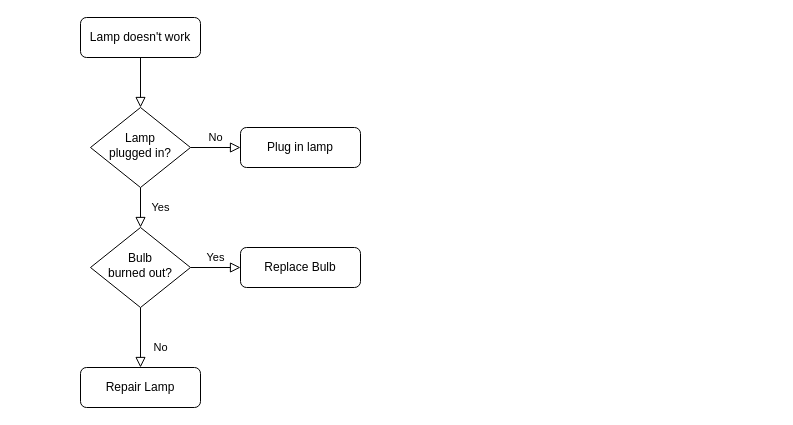
Earlier version of the draw.io diagram policydetail.drawio (rainerpiao/cloud-computing). Source tidied: cells renumbered, new cells numbered last; positions are measured from the earlier drawing's top-left corner, leaving out a move shared by most shapes. Both pictures are drawn from the tidied source at 100%, with x=0, y=0 at pixel (80, 17).
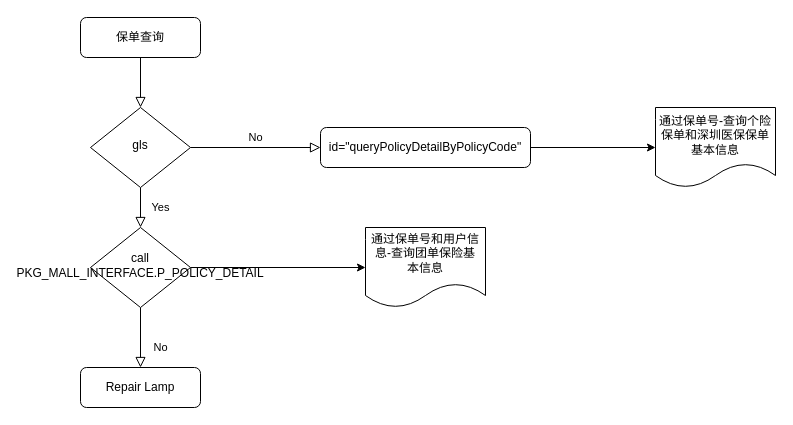
After the change.

Change to the diagram source:
```diff
@@
 <mxGraphModel>
   <root>
     <mxCell id="0" />
     <mxCell id="1" parent="0" />
     <mxCell id="2" style="rounded=0;html=1;jettySize=auto;fontSize=11;endArrow=block;endFill=0;endSize=8;strokeWidth=1;shadow=0;labelBackgroundColor=none;edgeStyle=orthogonalEdgeStyle;" parent="1" edge="1" source="3" target="6">
       <mxGeometry relative="1" as="geometry" />
     </mxCell>
-    <mxCell id="3" value="Lamp doesn't work" style="rounded=1;whiteSpace=wrap;html=1;fontSize=12;glass=0;strokeWidth=1;shadow=0;" parent="1" vertex="1">
+    <mxCell id="3" value="保单查询" style="rounded=1;whiteSpace=wrap;html=1;fontSize=12;glass=0;strokeWidth=1;shadow=0;" parent="1" vertex="1">
       <mxGeometry width="120" height="40" as="geometry" />
     </mxCell>
     <mxCell id="4" value="Yes" style="rounded=0;html=1;jettySize=auto;fontSize=11;endArrow=block;endFill=0;endSize=8;strokeWidth=1;shadow=0;labelBackgroundColor=none;edgeStyle=orthogonalEdgeStyle;" parent="1" edge="1" source="6" target="10">
       <mxGeometry y="20" relative="1" as="geometry" />
     </mxCell>
     <mxCell id="5" value="No" style="edgeStyle=orthogonalEdgeStyle;rounded=0;html=1;jettySize=auto;fontSize=11;endArrow=block;endFill=0;endSize=8;strokeWidth=1;shadow=0;labelBackgroundColor=none;" parent="1" edge="1" source="6" target="7">
       <mxGeometry y="10" relative="1" as="geometry" />
     </mxCell>
-    <mxCell id="6" value="Lamp&lt;br&gt;plugged in?" style="rhombus;whiteSpace=wrap;html=1;shadow=0;fontFamily=Helvetica;fontSize=12;align=center;strokeWidth=1;spacing=6;spacingTop=-4;" parent="1" vertex="1">
+    <mxCell id="6" value="gls" style="rhombus;whiteSpace=wrap;html=1;shadow=0;fontFamily=Helvetica;fontSize=12;align=center;strokeWidth=1;spacing=6;spacingTop=-4;" parent="1" vertex="1">
       <mxGeometry x="10" y="90" width="100" height="80" as="geometry" />
     </mxCell>
+    <mxCell id="13" style="edgeStyle=orthogonalEdgeStyle;rounded=0;jettySize=auto;html=1;" parent="1" edge="1" source="7" target="16">
+      <mxGeometry relative="1" as="geometry" />
+    </mxCell>
-    <mxCell id="7" value="Plug in lamp" style="rounded=1;whiteSpace=wrap;html=1;fontSize=12;glass=0;strokeWidth=1;shadow=0;" parent="1" vertex="1">
-      <mxGeometry x="160" y="110" width="120" height="40" as="geometry" />
+    <mxCell id="7" value="id=&quot;queryPolicyDetailByPolicyCode&quot;" style="rounded=1;whiteSpace=wrap;html=1;fontSize=12;glass=0;strokeWidth=1;shadow=0;" parent="1" vertex="1">
+      <mxGeometry x="240" y="110" width="210" height="40" as="geometry" />
     </mxCell>
     <mxCell id="8" value="No" style="rounded=0;html=1;jettySize=auto;fontSize=11;endArrow=block;endFill=0;endSize=8;strokeWidth=1;shadow=0;labelBackgroundColor=none;edgeStyle=orthogonalEdgeStyle;" parent="1" edge="1" source="10" target="11">
       <mxGeometry x="0.33" y="20" relative="1" as="geometry" />
     </mxCell>
-    <mxCell id="9" value="Yes" style="edgeStyle=orthogonalEdgeStyle;rounded=0;html=1;jettySize=auto;fontSize=11;endArrow=block;endFill=0;endSize=8;strokeWidth=1;shadow=0;labelBackgroundColor=none;" parent="1" edge="1" source="10" target="12">
-      <mxGeometry y="10" relative="1" as="geometry" />
-    </mxCell>
+    <mxCell id="14" style="edgeStyle=orthogonalEdgeStyle;rounded=0;jettySize=auto;html=1;" parent="1" edge="1" source="10" target="15">
+      <mxGeometry relative="1" as="geometry" />
+    </mxCell>
-    <mxCell id="10" value="Bulb&lt;br&gt;burned out?" style="rhombus;whiteSpace=wrap;html=1;shadow=0;fontFamily=Helvetica;fontSize=12;align=center;strokeWidth=1;spacing=6;spacingTop=-4;" parent="1" vertex="1">
+    <mxCell id="10" value="call&lt;br&gt;PKG_MALL_INTERFACE.P_POLICY_DETAIL" style="rhombus;whiteSpace=wrap;html=1;shadow=0;fontFamily=Helvetica;fontSize=12;align=center;strokeWidth=1;spacing=6;spacingTop=-4;" parent="1" vertex="1">
       <mxGeometry x="10" y="210" width="100" height="80" as="geometry" />
     </mxCell>
     <mxCell id="11" value="Repair Lamp" style="rounded=1;whiteSpace=wrap;html=1;fontSize=12;glass=0;strokeWidth=1;shadow=0;" parent="1" vertex="1">
       <mxGeometry y="350" width="120" height="40" as="geometry" />
     </mxCell>
-    <mxCell id="12" value="Replace Bulb" style="rounded=1;whiteSpace=wrap;html=1;fontSize=12;glass=0;strokeWidth=1;shadow=0;" parent="1" vertex="1">
-      <mxGeometry x="160" y="230" width="120" height="40" as="geometry" />
-    </mxCell>
+    <mxCell id="15" value="通过保单号和用户信息-查询团单保险基本信息" style="shape=document;whiteSpace=wrap;html=1;boundedLbl=1;shadow=0;strokeWidth=1;spacing=6;spacingTop=-4;" parent="1" vertex="1">
+      <mxGeometry x="285" y="210" width="120" height="80" as="geometry" />
+    </mxCell>
+    <mxCell id="16" value="通过保单号-查询个险保单和深圳医保保单基本信息" style="shape=document;whiteSpace=wrap;html=1;boundedLbl=1;rounded=1;glass=0;strokeWidth=1;shadow=0;" parent="1" vertex="1">
+      <mxGeometry x="575" y="90" width="120" height="80" as="geometry" />
+    </mxCell>
   </root>
 </mxGraphModel>
```
